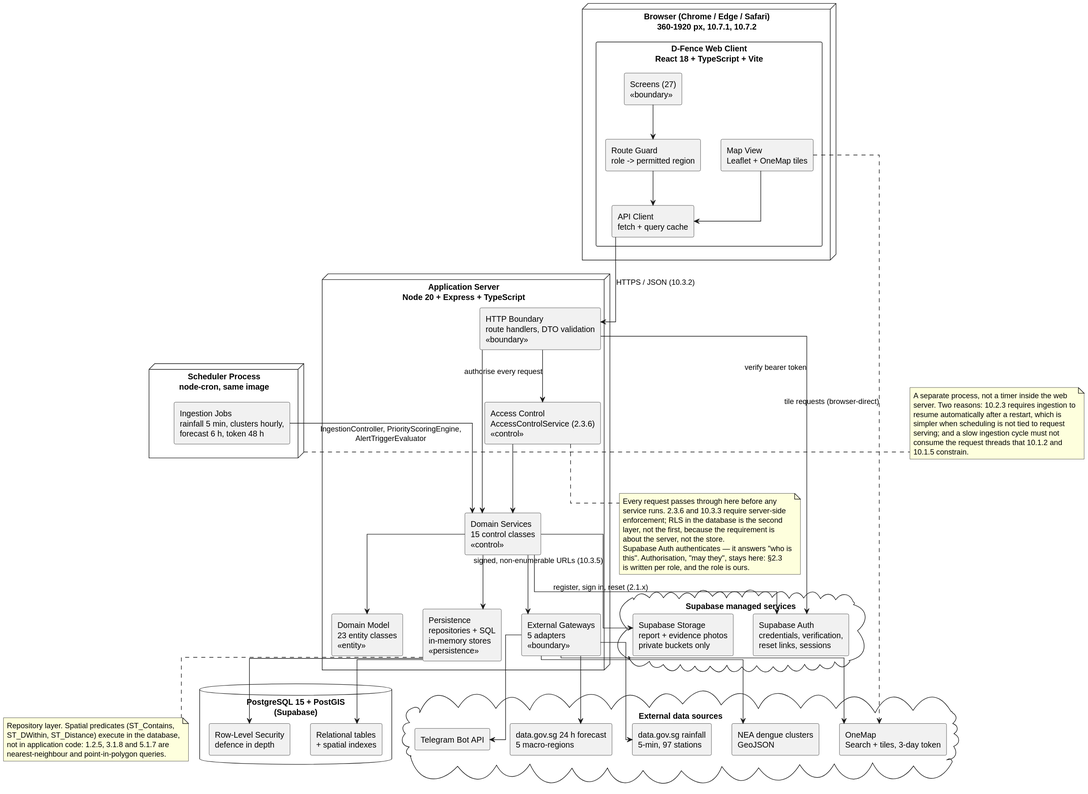
This is lab3/D-Fence-Architecture.svg from whyk47/D-Fence, a PlantUML export, as it was before one commit.
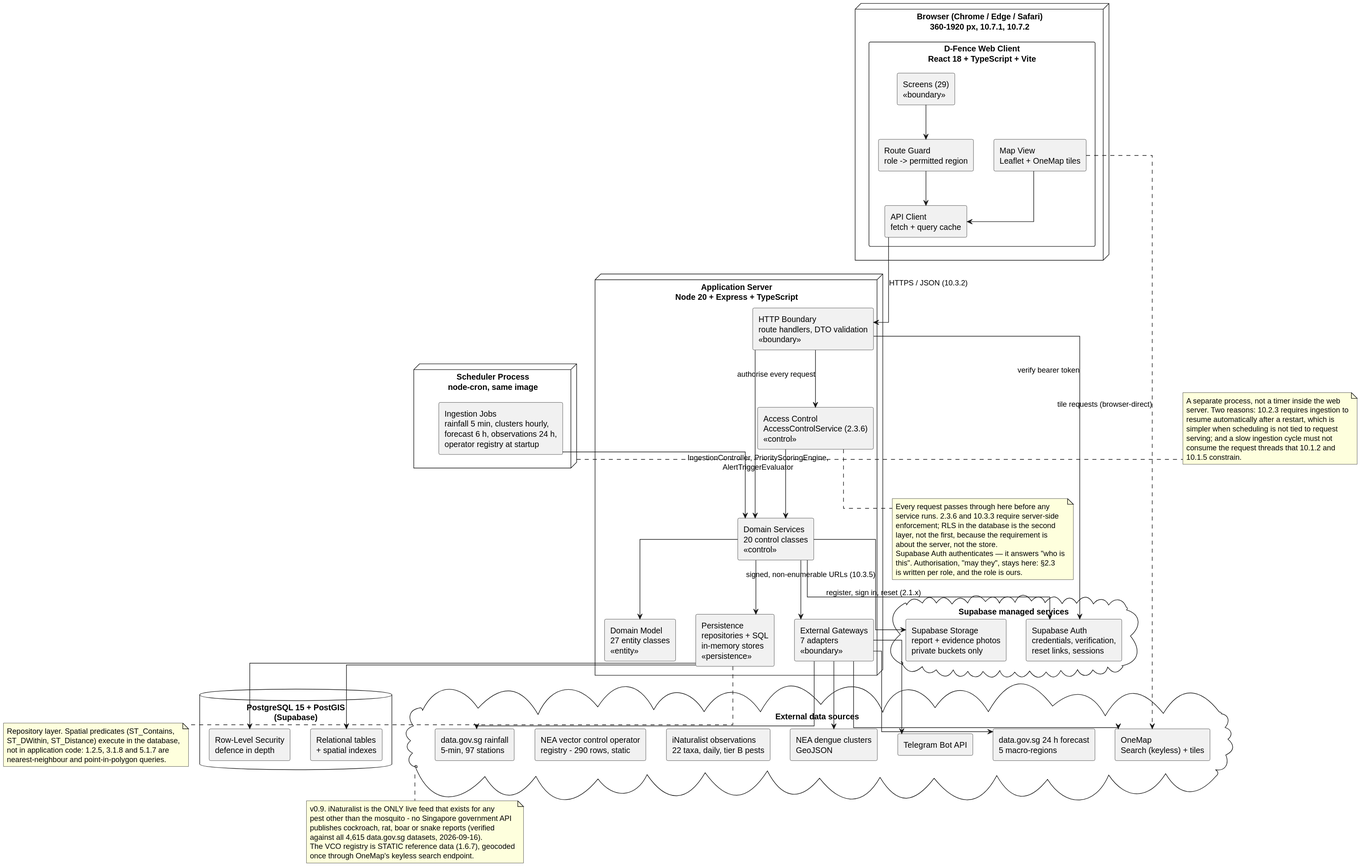
Above is the later version.

The edit, as a diff of the source:
```diff
@@ -6,7 +6,7 @@
 
 node "Browser (Chrome / Edge / Safari)\n360-1920 px, 10.7.1, 10.7.2" as Browser {
   component "D-Fence Web Client\nReact 18 + TypeScript + Vite" as Client {
-    component "Screens (27)\n<<boundary>>" as Screens
+    component "Screens (29)\n<<boundary>>" as Screens
     component "Route Guard\nrole -> permitted region" as Guard
     component "API Client\nfetch + query cache" as ApiClient
     component "Map View\nLeaflet + OneMap tiles" as MapView
@@ -16,14 +16,14 @@
 node "Application Server\nNode 20 + Express + TypeScript" as AppServer {
   component "HTTP Boundary\nroute handlers, DTO validation\n<<boundary>>" as Routes
   component "Access Control\nAccessControlService (2.3.6)\n<<control>>" as AC
-  component "Domain Services\n15 control classes\n<<control>>" as Services
-  component "Domain Model\n23 entity classes\n<<entity>>" as Domain
+  component "Domain Services\n20 control classes\n<<control>>" as Services
+  component "Domain Model\n27 entity classes\n<<entity>>" as Domain
   component "Persistence\nrepositories + SQL\nin-memory stores\n<<persistence>>" as Persistence
-  component "External Gateways\n5 adapters\n<<boundary>>" as Gateways
+  component "External Gateways\n7 adapters\n<<boundary>>" as Gateways
 }
 
 node "Scheduler Process\nnode-cron, same image" as Scheduler {
-  component "Ingestion Jobs\nrainfall 5 min, clusters hourly,\nforecast 6 h, token 48 h" as Jobs
+  component "Ingestion Jobs\nrainfall 5 min, clusters hourly,\nforecast 6 h, observations 24 h,\noperator registry at startup" as Jobs
 }
 
 database "PostgreSQL 15 + PostGIS\n(Supabase)" as DB {
@@ -40,7 +40,9 @@
   component "NEA dengue clusters\nGeoJSON" as NEA
   component "data.gov.sg rainfall\n5-min, 97 stations" as Rain
   component "data.gov.sg 24 h forecast\n5 macro-regions" as Forecast
-  component "OneMap\nSearch + tiles, 3-day token" as OneMap
+  component "OneMap\nSearch (keyless) + tiles" as OneMap
+  component "iNaturalist observations\n22 taxa, daily, tier B pests" as INat
+  component "NEA vector control operator\nregistry - 290 rows, static" as VCO
   component "Telegram Bot API" as Telegram
 }
 
@@ -96,4 +98,14 @@
   not in application code: 1.2.5, 3.1.8 and 5.1.7 are
   nearest-neighbour and point-in-polygon queries.
 end note
+
+
+note bottom of External
+  v0.9. iNaturalist is the ONLY live feed that exists for any
+  pest other than the mosquito - no Singapore government API
+  publishes cockroach, rat, boar or snake reports (verified
+  against all 4,615 data.gov.sg datasets, 2026-09-16).
+  The VCO registry is STATIC reference data (1.6.7), geocoded
+  once through OneMap's keyless search endpoint.
+end note
 @enduml
```
